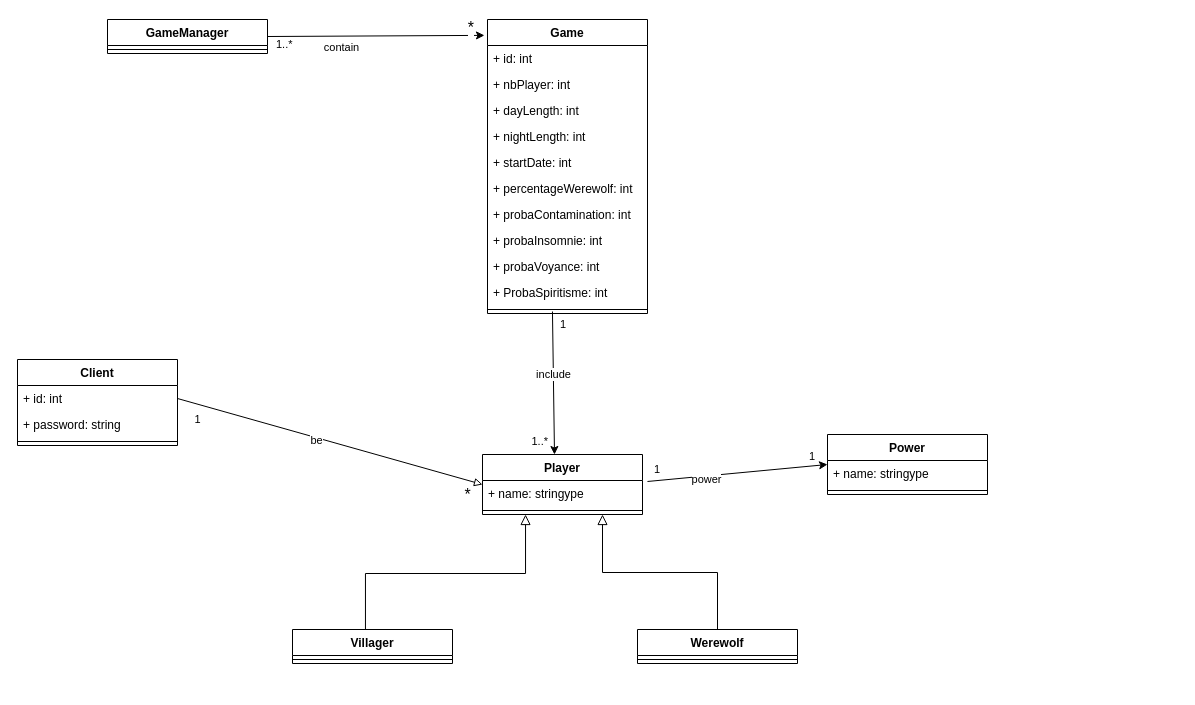
Before: documentation/server/diagramme_de_classes_jeu.drawio in gfhuth/werewolf, a draw.io diagram. Source tidied: cells renumbered, new cells numbered last; positions are measured from the earlier drawing's top-left corner, leaving out a move shared by most shapes. Both pictures are drawn from the tidied source at 100%, with x=0, y=0 at pixel (17, 19).
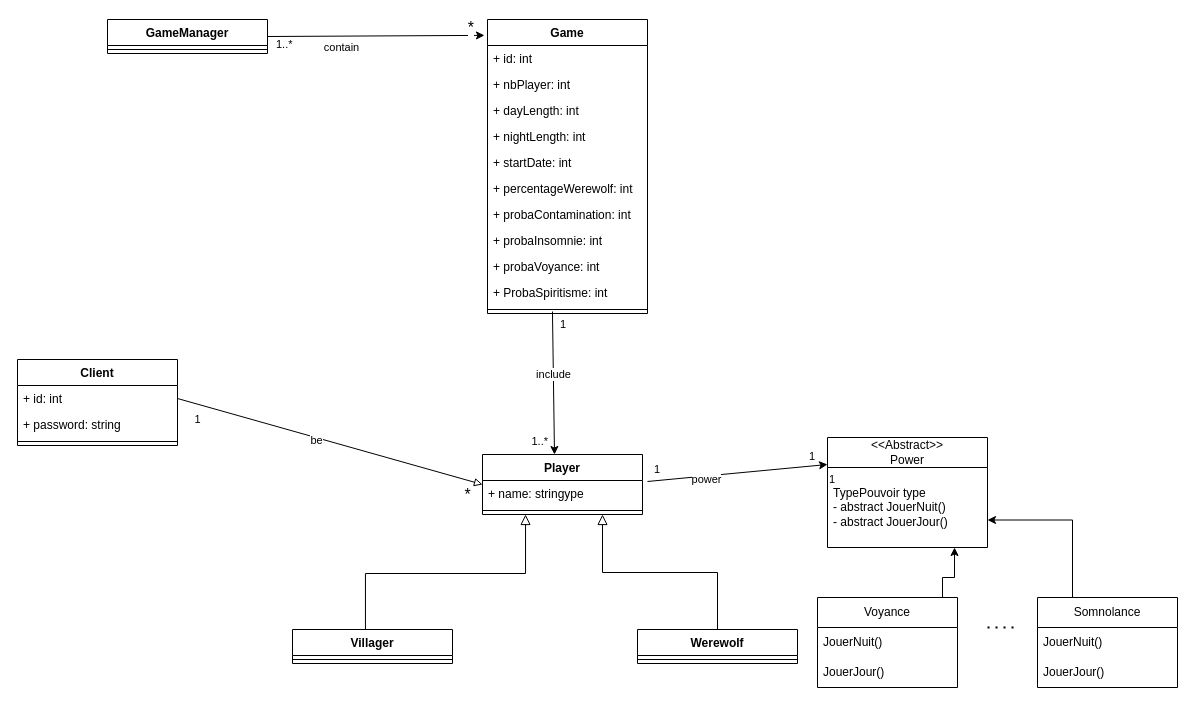
Above is the later version.

Commit message:
modification classe role

Unchanged cells that the change refers to:
```xml
<mxCell id="46" value="+ name: stringype" style="text;strokeColor=none;fillColor=none;align=left;verticalAlign=top;spacingLeft=4;spacingRight=4;overflow=hidden;points=[[0,0.5],[1,0.5]];portConstraint=eastwest;" parent="45" vertex="1">
  <mxGeometry y="26" width="160" height="26" as="geometry" />
</mxCell>
```

Diff of the diagram source:
```diff
@@
-    <mxCell id="2" style="endArrow=classic;html=1;exitX=1.031;exitY=0.038;exitDx=0;exitDy=0;entryX=0;entryY=0.5;entryDx=0;entryDy=0;exitPerimeter=0;" parent="1" edge="1" source="46" target="38">
-      <mxGeometry relative="1" as="geometry" />
+    <mxCell id="2" style="endArrow=classic;html=1;exitX=1.031;exitY=0.038;exitDx=0;exitDy=0;entryX=0;entryY=0.5;entryDx=0;entryDy=0;exitPerimeter=0;" parent="1" edge="1" source="46">
+      <mxGeometry relative="1" as="geometry">
+        <mxPoint x="810" y="445" as="targetPoint" />
+      </mxGeometry>
     </mxCell>
@@
-    <mxCell id="38" value="Power" style="swimlane;fontStyle=1;align=center;verticalAlign=top;horizontal=1;startSize=26;" parent="1" vertex="1">
-      <mxGeometry x="810" y="415" width="160" height="60" as="geometry" />
-    </mxCell>
-    <mxCell id="39" value="+ name: stringype" style="text;strokeColor=none;fillColor=none;align=left;verticalAlign=top;spacingLeft=4;spacingRight=4;overflow=hidden;" parent="38" vertex="1">
-      <mxGeometry y="26" width="160" height="26" as="geometry" />
-    </mxCell>
-    <mxCell id="40" style="line;strokeWidth=1;fillColor=none;align=left;verticalAlign=middle;spacingTop=-1;spacingLeft=3;spacingRight=3;labelPosition=right;strokeColor=inherit;" parent="38" vertex="1">
-      <mxGeometry y="52" width="160" height="8" as="geometry" />
-    </mxCell>
@@
+    <mxCell id="48" value="&amp;lt;&amp;lt;Abstract&amp;gt;&amp;gt;&lt;br&gt;Power" style="swimlane;fontStyle=0;horizontal=1;startSize=30;whiteSpace=wrap;html=1;" parent="1" vertex="1">
+      <mxGeometry x="810" y="418" width="160" height="110" as="geometry" />
+    </mxCell>
+    <mxCell id="49" value="TypePouvoir type&lt;br&gt;&lt;div&gt;- abstract JouerNuit() &lt;/div&gt;&lt;div&gt;- abstract JouerJour()&lt;/div&gt;" style="text;strokeColor=none;fillColor=none;align=left;verticalAlign=middle;spacingLeft=4;spacingRight=4;overflow=hidden;points=[[0,0.5],[1,0.5]];portConstraint=eastwest;whiteSpace=wrap;html=1;" parent="48" vertex="1">
+      <mxGeometry y="30" width="160" height="80" as="geometry" />
+    </mxCell>
+    <mxCell id="50" value="1" style="edgeLabel;html=1;align=left;verticalAlign=bottom;" parent="1" vertex="1">
+      <mxGeometry x="810" y="468" as="geometry" />
+    </mxCell>
+    <mxCell id="51" style="edgeStyle=orthogonalEdgeStyle;rounded=0;jettySize=auto;html=1;exitX=0.25;exitY=0;exitDx=0;exitDy=0;entryX=0.794;entryY=1;entryDx=0;entryDy=0;entryPerimeter=0;" parent="1" edge="1" source="52" target="49">
+      <mxGeometry relative="1" as="geometry">
+        <Array as="points">
+          <mxPoint x="925" y="558" />
+          <mxPoint x="937" y="558" />
+        </Array>
+      </mxGeometry>
+    </mxCell>
+    <mxCell id="52" value="Voyance" style="swimlane;fontStyle=0;horizontal=1;startSize=30;whiteSpace=wrap;html=1;" parent="1" vertex="1">
+      <mxGeometry x="800" y="578" width="140" height="90" as="geometry" />
+    </mxCell>
+    <mxCell id="53" value="JouerNuit()" style="text;strokeColor=none;fillColor=none;align=left;verticalAlign=middle;spacingLeft=4;spacingRight=4;overflow=hidden;whiteSpace=wrap;html=1;" parent="52" vertex="1">
+      <mxGeometry y="30" width="140" height="30" as="geometry" />
+    </mxCell>
+    <mxCell id="54" value="JouerJour()" style="text;strokeColor=none;fillColor=none;align=left;verticalAlign=middle;spacingLeft=4;spacingRight=4;overflow=hidden;whiteSpace=wrap;html=1;" parent="52" vertex="1">
+      <mxGeometry y="60" width="140" height="30" as="geometry" />
+    </mxCell>
+    <mxCell id="55" style="edgeStyle=orthogonalEdgeStyle;rounded=0;jettySize=auto;html=1;exitX=0.25;exitY=0;exitDx=0;exitDy=0;entryX=1;entryY=0.75;entryDx=0;entryDy=0;" parent="1" edge="1" source="56" target="48">
+      <mxGeometry relative="1" as="geometry" />
+    </mxCell>
+    <mxCell id="56" value="Somnolance" style="swimlane;fontStyle=0;horizontal=1;startSize=30;whiteSpace=wrap;html=1;" parent="1" vertex="1">
+      <mxGeometry x="1020" y="578" width="140" height="90" as="geometry" />
+    </mxCell>
+    <mxCell id="57" value="JouerNuit()" style="text;strokeColor=none;fillColor=none;align=left;verticalAlign=middle;spacingLeft=4;spacingRight=4;overflow=hidden;whiteSpace=wrap;html=1;" parent="56" vertex="1">
+      <mxGeometry y="30" width="140" height="30" as="geometry" />
+    </mxCell>
+    <mxCell id="58" value="JouerJour()" style="text;strokeColor=none;fillColor=none;align=left;verticalAlign=middle;spacingLeft=4;spacingRight=4;overflow=hidden;whiteSpace=wrap;html=1;" parent="56" vertex="1">
+      <mxGeometry y="60" width="140" height="30" as="geometry" />
+    </mxCell>
+    <mxCell id="59" style="endArrow=none;dashed=1;html=1;dashPattern=1 3;strokeWidth=2;rounded=0;" parent="1" edge="1">
+      <mxGeometry relative="1" as="geometry">
+        <mxPoint x="970" y="608" as="sourcePoint" />
+        <mxPoint x="1000" y="608" as="targetPoint" />
+      </mxGeometry>
+    </mxCell>
```
